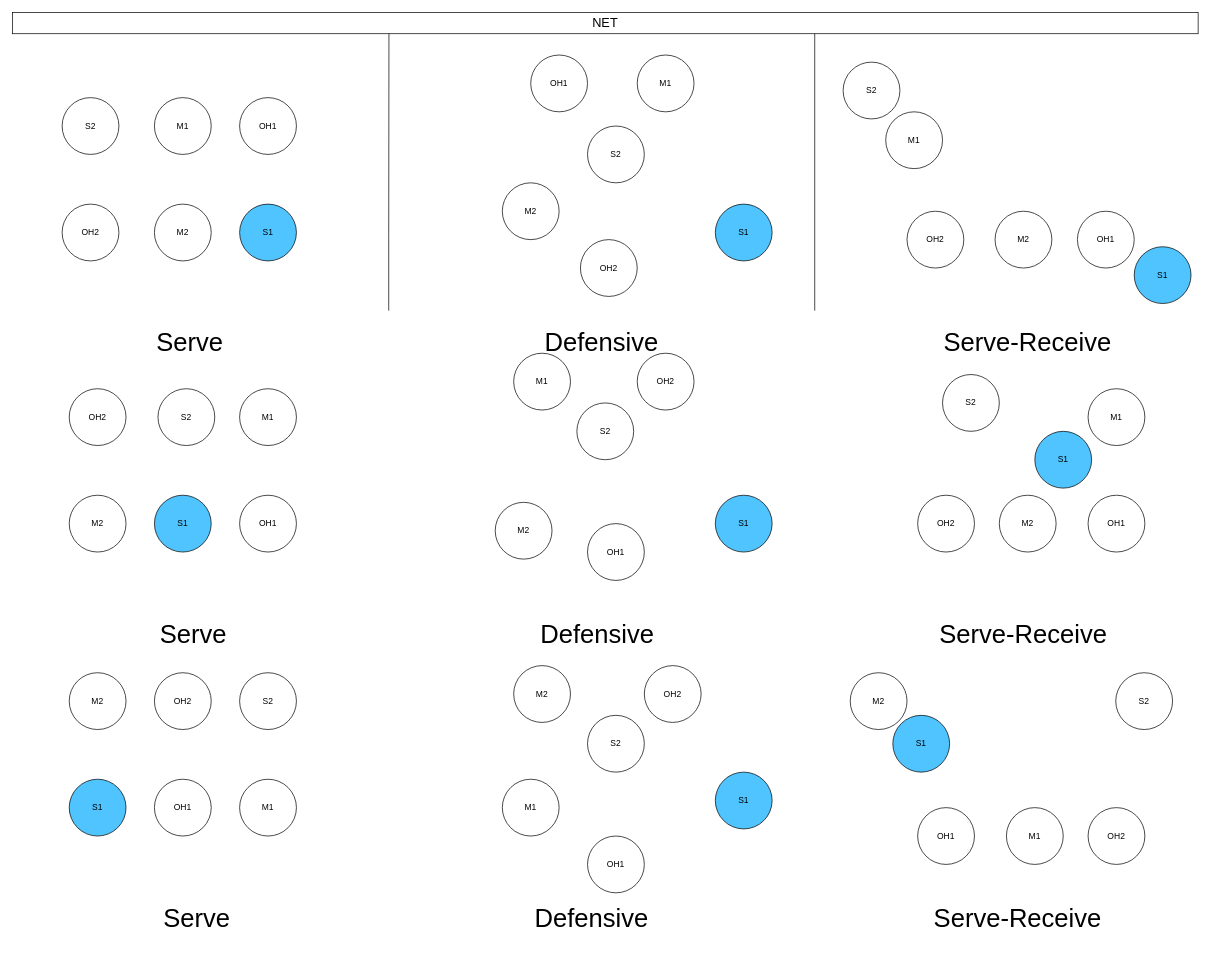
Above: Untitled Diagram.drawio in Jayxuchen/Code (draw.io), before the change. Source tidied: cells renumbered, new cells numbered last; positions are measured from the earlier drawing's top-left corner, leaving out a move shared by most shapes. Both pictures are drawn from the tidied source at 71%, with x=0, y=0 at pixel (12, 12).
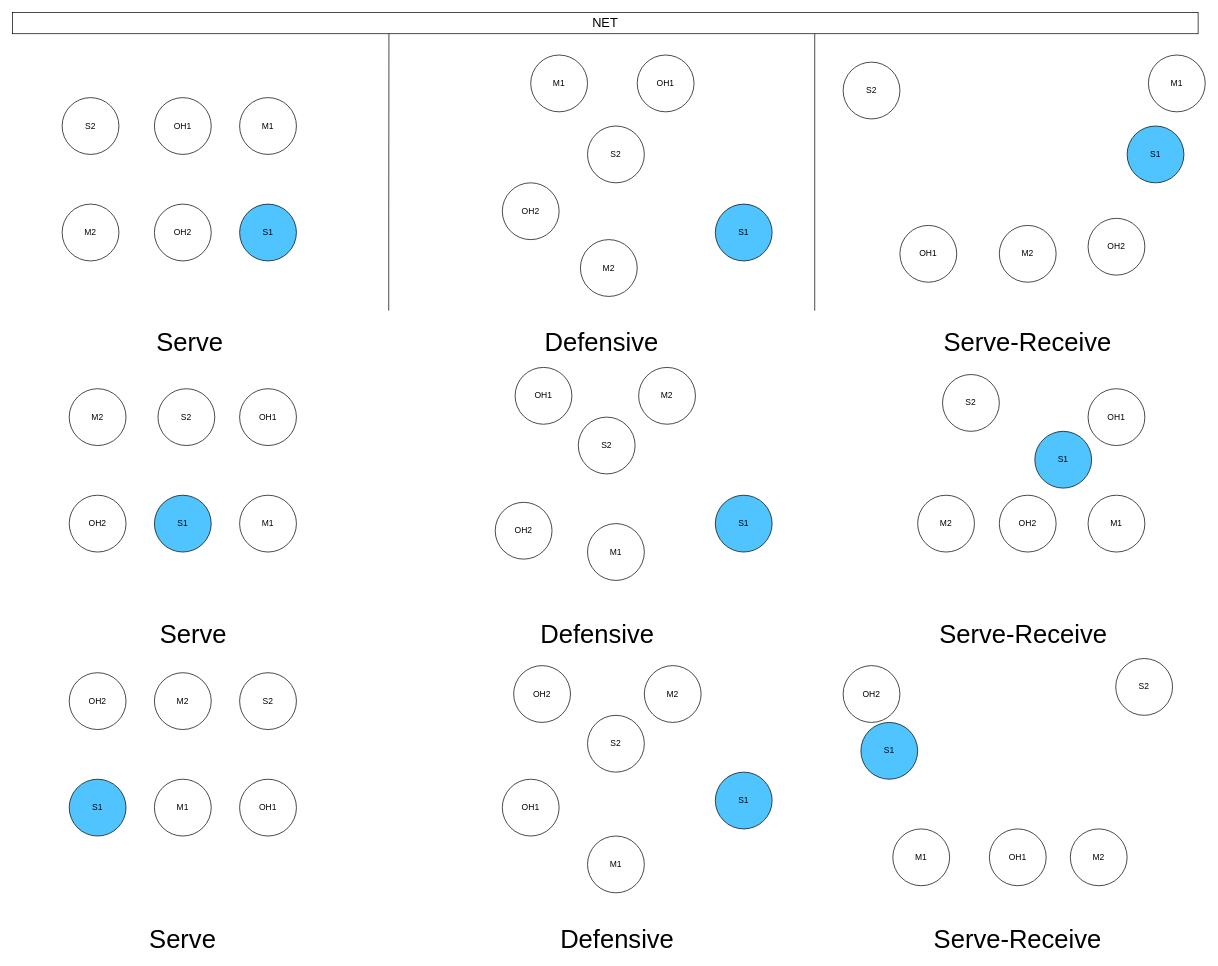
Above is the later version.

Diff of the diagram source:
```diff
@@
-    <mxCell id="3" value="OH1" style="ellipse;whiteSpace=wrap;html=1;" parent="1" vertex="1">
+    <mxCell id="3" value="M1" style="ellipse;whiteSpace=wrap;html=1;" parent="1" vertex="1">
       <mxGeometry x="320" y="120" width="80" height="80" as="geometry" />
     </mxCell>
-    <mxCell id="4" value="M2" style="ellipse;whiteSpace=wrap;html=1;" parent="1" vertex="1">
+    <mxCell id="4" value="OH2" style="ellipse;whiteSpace=wrap;html=1;" parent="1" vertex="1">
       <mxGeometry x="200" y="270" width="80" height="80" as="geometry" />
     </mxCell>
@@
-    <mxCell id="6" value="M1" style="ellipse;whiteSpace=wrap;html=1;" parent="1" vertex="1">
+    <mxCell id="6" value="OH1" style="ellipse;whiteSpace=wrap;html=1;" parent="1" vertex="1">
       <mxGeometry x="200" y="120" width="80" height="80" as="geometry" />
     </mxCell>
@@
-    <mxCell id="10" value="OH2" style="ellipse;whiteSpace=wrap;html=1;" parent="1" vertex="1">
+    <mxCell id="10" value="M2" style="ellipse;whiteSpace=wrap;html=1;" parent="1" vertex="1">
       <mxGeometry x="800" y="320" width="80" height="80" as="geometry" />
     </mxCell>
@@
-    <mxCell id="12" value="OH1" style="ellipse;whiteSpace=wrap;html=1;" parent="1" vertex="1">
+    <mxCell id="12" value="M1" style="ellipse;whiteSpace=wrap;html=1;" parent="1" vertex="1">
       <mxGeometry x="730" y="60" width="80" height="80" as="geometry" />
     </mxCell>
-    <mxCell id="13" value="M2" style="ellipse;whiteSpace=wrap;html=1;" parent="1" vertex="1">
+    <mxCell id="13" value="OH2" style="ellipse;whiteSpace=wrap;html=1;" parent="1" vertex="1">
       <mxGeometry x="690" y="240" width="80" height="80" as="geometry" />
     </mxCell>
@@
-    <mxCell id="15" value="M1" style="ellipse;whiteSpace=wrap;html=1;" parent="1" vertex="1">
+    <mxCell id="15" value="OH1" style="ellipse;whiteSpace=wrap;html=1;" parent="1" vertex="1">
       <mxGeometry x="880" y="60" width="80" height="80" as="geometry" />
     </mxCell>
-    <mxCell id="16" value="OH2" style="ellipse;whiteSpace=wrap;html=1;" parent="1" vertex="1">
-      <mxGeometry x="1260" y="280" width="80" height="80" as="geometry" />
+    <mxCell id="16" value="M2" style="ellipse;whiteSpace=wrap;html=1;" parent="1" vertex="1">
+      <mxGeometry x="1390" y="300" width="80" height="80" as="geometry" />
     </mxCell>
@@
-    <mxCell id="18" value="OH1" style="ellipse;whiteSpace=wrap;html=1;" parent="1" vertex="1">
-      <mxGeometry x="1500" y="280" width="80" height="80" as="geometry" />
+    <mxCell id="18" value="M1" style="ellipse;whiteSpace=wrap;html=1;" parent="1" vertex="1">
+      <mxGeometry x="1600" y="60" width="80" height="80" as="geometry" />
     </mxCell>
-    <mxCell id="19" value="M2" style="ellipse;whiteSpace=wrap;html=1;" parent="1" vertex="1">
-      <mxGeometry x="1384" y="280" width="80" height="80" as="geometry" />
+    <mxCell id="19" value="OH2" style="ellipse;whiteSpace=wrap;html=1;" parent="1" vertex="1">
+      <mxGeometry x="1515" y="290" width="80" height="80" as="geometry" />
     </mxCell>
     <mxCell id="20" value="S1" style="ellipse;whiteSpace=wrap;html=1;fillColor=light-dark(#4FC4FF,var(--ge-dark-color, #121212));" parent="1" vertex="1">
-      <mxGeometry x="1580" y="330" width="80" height="80" as="geometry" />
+      <mxGeometry x="1570" y="160" width="80" height="80" as="geometry" />
     </mxCell>
-    <mxCell id="21" value="M1" style="ellipse;whiteSpace=wrap;html=1;" parent="1" vertex="1">
-      <mxGeometry x="1230" y="140" width="80" height="80" as="geometry" />
+    <mxCell id="21" value="OH1" style="ellipse;whiteSpace=wrap;html=1;" parent="1" vertex="1">
+      <mxGeometry x="1250" y="300" width="80" height="80" as="geometry" />
     </mxCell>
@@
-    <mxCell id="25" value="OH2" style="ellipse;whiteSpace=wrap;html=1;" parent="1" vertex="1">
+    <mxCell id="25" value="M2" style="ellipse;whiteSpace=wrap;html=1;" parent="1" vertex="1">
       <mxGeometry x="80" y="530" width="80" height="80" as="geometry" />
     </mxCell>
@@
-    <mxCell id="27" value="OH1" style="ellipse;whiteSpace=wrap;html=1;" parent="1" vertex="1">
+    <mxCell id="27" value="M1" style="ellipse;whiteSpace=wrap;html=1;" parent="1" vertex="1">
       <mxGeometry x="320" y="680" width="80" height="80" as="geometry" />
     </mxCell>
-    <mxCell id="28" value="M2" style="ellipse;whiteSpace=wrap;html=1;" parent="1" vertex="1">
+    <mxCell id="28" value="OH2" style="ellipse;whiteSpace=wrap;html=1;" parent="1" vertex="1">
       <mxGeometry x="80" y="680" width="80" height="80" as="geometry" />
     </mxCell>
@@
-    <mxCell id="30" value="M1" style="ellipse;whiteSpace=wrap;html=1;" parent="1" vertex="1">
+    <mxCell id="30" value="OH1" style="ellipse;whiteSpace=wrap;html=1;" parent="1" vertex="1">
       <mxGeometry x="320" y="530" width="80" height="80" as="geometry" />
     </mxCell>
@@
-    <mxCell id="32" value="OH2" style="ellipse;whiteSpace=wrap;html=1;" parent="1" vertex="1">
-      <mxGeometry x="880" y="480" width="80" height="80" as="geometry" />
+    <mxCell id="32" value="M2" style="ellipse;whiteSpace=wrap;html=1;" parent="1" vertex="1">
+      <mxGeometry x="882" y="500" width="80" height="80" as="geometry" />
     </mxCell>
     <mxCell id="33" value="S2" style="ellipse;whiteSpace=wrap;html=1;" parent="1" vertex="1">
-      <mxGeometry x="795" y="550" width="80" height="80" as="geometry" />
+      <mxGeometry x="797" y="570" width="80" height="80" as="geometry" />
     </mxCell>
-    <mxCell id="34" value="OH1" style="ellipse;whiteSpace=wrap;html=1;" parent="1" vertex="1">
+    <mxCell id="34" value="M1" style="ellipse;whiteSpace=wrap;html=1;" parent="1" vertex="1">
       <mxGeometry x="810" y="720" width="80" height="80" as="geometry" />
     </mxCell>
-    <mxCell id="35" value="M2" style="ellipse;whiteSpace=wrap;html=1;" parent="1" vertex="1">
+    <mxCell id="35" value="OH2" style="ellipse;whiteSpace=wrap;html=1;" parent="1" vertex="1">
       <mxGeometry x="680" y="690" width="80" height="80" as="geometry" />
     </mxCell>
@@
-    <mxCell id="37" value="M1" style="ellipse;whiteSpace=wrap;html=1;" parent="1" vertex="1">
-      <mxGeometry x="706" y="480" width="80" height="80" as="geometry" />
+    <mxCell id="37" value="OH1" style="ellipse;whiteSpace=wrap;html=1;" parent="1" vertex="1">
+      <mxGeometry x="708" y="500" width="80" height="80" as="geometry" />
     </mxCell>
-    <mxCell id="38" value="OH2" style="ellipse;whiteSpace=wrap;html=1;" parent="1" vertex="1">
+    <mxCell id="38" value="M2" style="ellipse;whiteSpace=wrap;html=1;" parent="1" vertex="1">
       <mxGeometry x="1275" y="680" width="80" height="80" as="geometry" />
     </mxCell>
@@
-    <mxCell id="40" value="OH1" style="ellipse;whiteSpace=wrap;html=1;" parent="1" vertex="1">
+    <mxCell id="40" value="M1" style="ellipse;whiteSpace=wrap;html=1;" parent="1" vertex="1">
       <mxGeometry x="1515" y="680" width="80" height="80" as="geometry" />
     </mxCell>
-    <mxCell id="41" value="M2" style="ellipse;whiteSpace=wrap;html=1;" parent="1" vertex="1">
+    <mxCell id="41" value="OH2" style="ellipse;whiteSpace=wrap;html=1;" parent="1" vertex="1">
       <mxGeometry x="1390" y="680" width="80" height="80" as="geometry" />
     </mxCell>
@@
-    <mxCell id="43" value="M1" style="ellipse;whiteSpace=wrap;html=1;" parent="1" vertex="1">
+    <mxCell id="43" value="OH1" style="ellipse;whiteSpace=wrap;html=1;" parent="1" vertex="1">
       <mxGeometry x="1515" y="530" width="80" height="80" as="geometry" />
     </mxCell>
@@
-    <mxCell id="46" value="OH2" style="ellipse;whiteSpace=wrap;html=1;" parent="1" vertex="1">
+    <mxCell id="46" value="M2" style="ellipse;whiteSpace=wrap;html=1;" parent="1" vertex="1">
       <mxGeometry x="200" y="930" width="80" height="80" as="geometry" />
     </mxCell>
@@
-    <mxCell id="48" value="OH1" style="ellipse;whiteSpace=wrap;html=1;" parent="1" vertex="1">
+    <mxCell id="48" value="M1" style="ellipse;whiteSpace=wrap;html=1;" parent="1" vertex="1">
       <mxGeometry x="200" y="1080" width="80" height="80" as="geometry" />
     </mxCell>
-    <mxCell id="49" value="M2" style="ellipse;whiteSpace=wrap;html=1;" parent="1" vertex="1">
+    <mxCell id="49" value="OH2" style="ellipse;whiteSpace=wrap;html=1;" parent="1" vertex="1">
       <mxGeometry x="80" y="930" width="80" height="80" as="geometry" />
     </mxCell>
@@
-    <mxCell id="51" value="M1" style="ellipse;whiteSpace=wrap;html=1;" parent="1" vertex="1">
+    <mxCell id="51" value="OH1" style="ellipse;whiteSpace=wrap;html=1;" parent="1" vertex="1">
       <mxGeometry x="320" y="1080" width="80" height="80" as="geometry" />
     </mxCell>
     <mxCell id="52" value="&lt;span style=&quot;font-size: 36px;&quot;&gt;Serve&lt;/span&gt;" style="text;html=1;align=center;verticalAlign=middle;whiteSpace=wrap;rounded=0;" parent="1" vertex="1">
-      <mxGeometry x="230" y="1260" width="60" height="30" as="geometry" />
+      <mxGeometry x="210" y="1290" width="60" height="30" as="geometry" />
     </mxCell>
-    <mxCell id="53" value="OH2" style="ellipse;whiteSpace=wrap;html=1;" parent="1" vertex="1">
+    <mxCell id="53" value="M2" style="ellipse;whiteSpace=wrap;html=1;" parent="1" vertex="1">
       <mxGeometry x="890" y="920" width="80" height="80" as="geometry" />
     </mxCell>
@@
-    <mxCell id="55" value="OH1" style="ellipse;whiteSpace=wrap;html=1;" parent="1" vertex="1">
+    <mxCell id="55" value="M1" style="ellipse;whiteSpace=wrap;html=1;" parent="1" vertex="1">
       <mxGeometry x="810" y="1160" width="80" height="80" as="geometry" />
     </mxCell>
-    <mxCell id="56" value="M2" style="ellipse;whiteSpace=wrap;html=1;" parent="1" vertex="1">
+    <mxCell id="56" value="OH2" style="ellipse;whiteSpace=wrap;html=1;" parent="1" vertex="1">
       <mxGeometry x="706" y="920" width="80" height="80" as="geometry" />
     </mxCell>
@@
-    <mxCell id="58" value="M1" style="ellipse;whiteSpace=wrap;html=1;" parent="1" vertex="1">
+    <mxCell id="58" value="OH1" style="ellipse;whiteSpace=wrap;html=1;" parent="1" vertex="1">
       <mxGeometry x="690" y="1080" width="80" height="80" as="geometry" />
     </mxCell>
-    <mxCell id="59" value="OH2" style="ellipse;whiteSpace=wrap;html=1;" parent="1" vertex="1">
-      <mxGeometry x="1515" y="1120" width="80" height="80" as="geometry" />
+    <mxCell id="59" value="M2" style="ellipse;whiteSpace=wrap;html=1;" parent="1" vertex="1">
+      <mxGeometry x="1490" y="1150" width="80" height="80" as="geometry" />
     </mxCell>
     <mxCell id="60" value="S2" style="ellipse;whiteSpace=wrap;html=1;" parent="1" vertex="1">
-      <mxGeometry x="1554" y="930" width="80" height="80" as="geometry" />
+      <mxGeometry x="1554" y="910" width="80" height="80" as="geometry" />
     </mxCell>
-    <mxCell id="61" value="OH1" style="ellipse;whiteSpace=wrap;html=1;" parent="1" vertex="1">
-      <mxGeometry x="1275" y="1120" width="80" height="80" as="geometry" />
+    <mxCell id="61" value="M1" style="ellipse;whiteSpace=wrap;html=1;" parent="1" vertex="1">
+      <mxGeometry x="1240" y="1150" width="80" height="80" as="geometry" />
     </mxCell>
-    <mxCell id="62" value="M2" style="ellipse;whiteSpace=wrap;html=1;" parent="1" vertex="1">
-      <mxGeometry x="1180" y="930" width="80" height="80" as="geometry" />
+    <mxCell id="62" value="OH2" style="ellipse;whiteSpace=wrap;html=1;" parent="1" vertex="1">
+      <mxGeometry x="1170" y="920" width="80" height="80" as="geometry" />
     </mxCell>
     <mxCell id="63" value="S1" style="ellipse;whiteSpace=wrap;html=1;fillColor=light-dark(#4FC4FF,var(--ge-dark-color, #121212));" parent="1" vertex="1">
-      <mxGeometry x="1240" y="990" width="80" height="80" as="geometry" />
+      <mxGeometry x="1195" y="1000" width="80" height="80" as="geometry" />
     </mxCell>
-    <mxCell id="64" value="M1" style="ellipse;whiteSpace=wrap;html=1;" parent="1" vertex="1">
-      <mxGeometry x="1400" y="1120" width="80" height="80" as="geometry" />
+    <mxCell id="64" value="OH1" style="ellipse;whiteSpace=wrap;html=1;" parent="1" vertex="1">
+      <mxGeometry x="1376" y="1150" width="80" height="80" as="geometry" />
     </mxCell>
     <mxCell id="65" value="&lt;span style=&quot;font-size: 36px;&quot;&gt;Defensive&lt;/span&gt;" style="text;html=1;align=center;verticalAlign=middle;whiteSpace=wrap;rounded=0;" parent="1" vertex="1">
-      <mxGeometry x="786" y="1260" width="60" height="30" as="geometry" />
+      <mxGeometry x="822" y="1290" width="60" height="30" as="geometry" />
     </mxCell>
     <mxCell id="66" value="&lt;span style=&quot;font-size: 36px;&quot;&gt;Serve-Receive&lt;/span&gt;" style="text;html=1;align=center;verticalAlign=middle;whiteSpace=wrap;rounded=0;" parent="1" vertex="1">
-      <mxGeometry x="1286" y="1260" width="260" height="30" as="geometry" />
+      <mxGeometry x="1286" y="1290" width="260" height="30" as="geometry" />
     </mxCell>
-    <mxCell id="67" value="OH2" style="ellipse;whiteSpace=wrap;html=1;" parent="1" vertex="1">
+    <mxCell id="67" value="M2" style="ellipse;whiteSpace=wrap;html=1;" parent="1" vertex="1">
       <mxGeometry x="70" y="270" width="80" height="80" as="geometry" />
     </mxCell>
```
